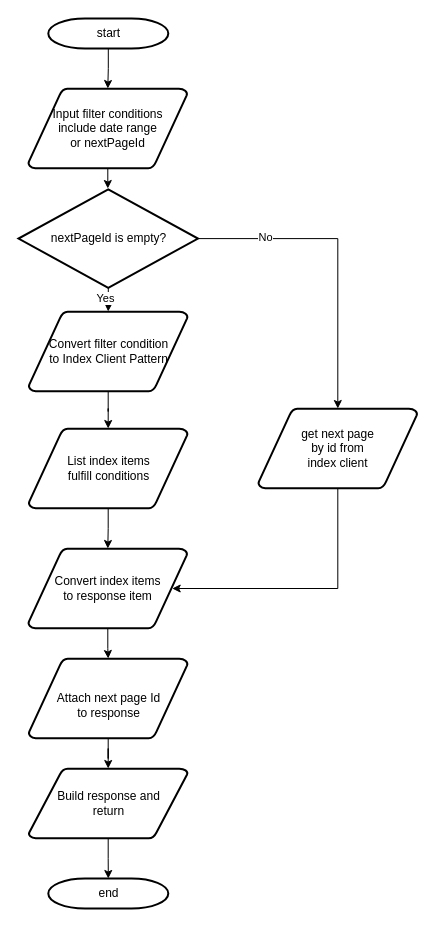
The draw.io diagram ListFeeTransaction.drawio in wang2gua/test, before the edit. Source tidied: cells renumbered, new cells numbered last; positions are measured from the earlier drawing's top-left corner, leaving out a move shared by most shapes. Both pictures are drawn from the tidied source at 100%, with x=0, y=0 at pixel (18, 18).
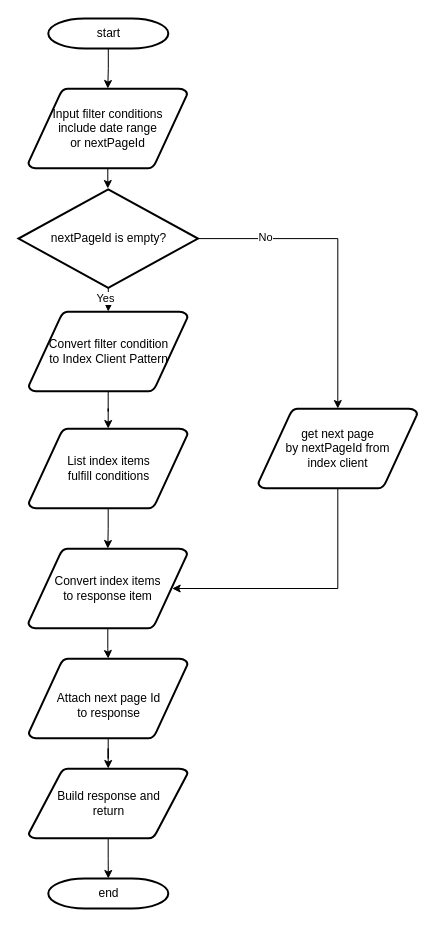
Above is the later version.

Change to the diagram source:
```diff
@@
-    <mxCell id="13" value="get next page&lt;br&gt;by id from&lt;br&gt;index client" style="shape=mxgraph.flowchart.data;strokeWidth=2;gradientColor=none;gradientDirection=north;fontStyle=0;html=1;" parent="1" vertex="1">
+    <mxCell id="13" value="get next page&lt;br&gt;by nextPageId from&lt;br&gt;index client" style="shape=mxgraph.flowchart.data;strokeWidth=2;gradientColor=none;gradientDirection=north;fontStyle=0;html=1;" parent="1" vertex="1">
       <mxGeometry x="239.8" y="390" width="159" height="80" as="geometry" />
     </mxCell>
```
